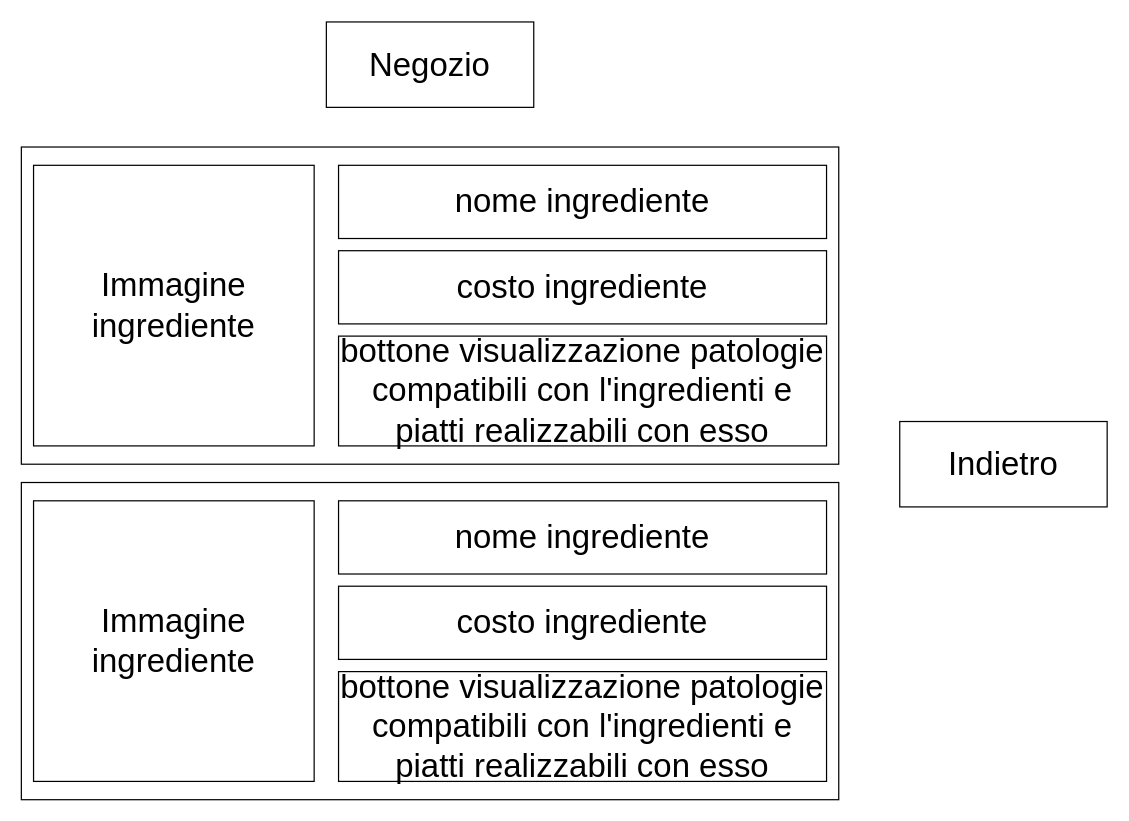
Above: doc/Progetti Drawio/InterazioneConNegozio.drawio in zSavT/Healthy-Catering (draw.io), before the change. Source tidied: cells renumbered, new cells numbered last; positions are measured from the earlier drawing's top-left corner, leaving out a move shared by most shapes. Both pictures are drawn from the tidied source at 122%, with x=0, y=0 at pixel (21, 21).
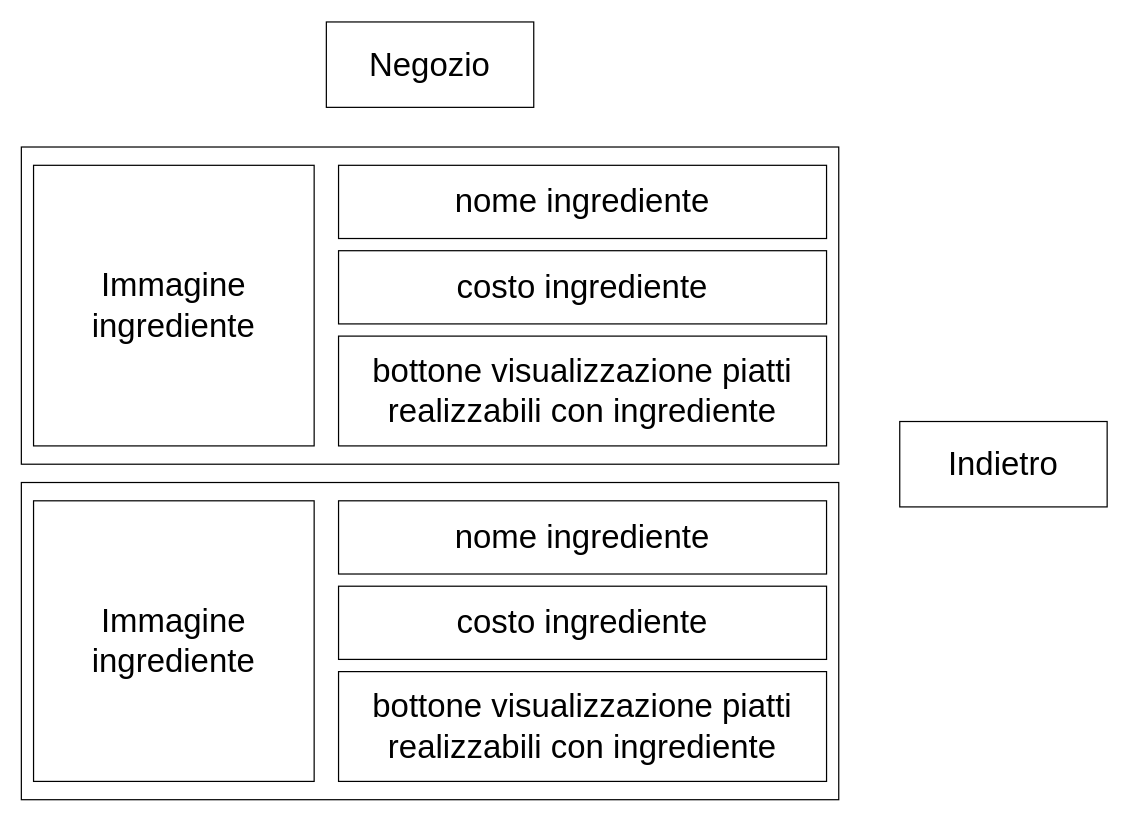
The same diagram, later.

Commit message (it also covers changes not shown here):
rimossi tutti i riferimenti alla visualizzazione delle patologie compatibili nel negozio

Change to the diagram source:
```diff
@@
 <mxGraphModel>
   <root>
     <mxCell id="0" />
     <mxCell id="1" parent="0" />
     <mxCell id="2" value="Negozio" style="rounded=0;whiteSpace=wrap;html=1;fontSize=27;" parent="1" vertex="1">
       <mxGeometry x="250" y="0.5" width="170" height="70" as="geometry" />
     </mxCell>
     <mxCell id="3" style="whiteSpace=wrap;html=1;" parent="1" vertex="1">
       <mxGeometry y="103" width="670" height="260" as="geometry" />
     </mxCell>
     <mxCell id="4" value="costo ingrediente" style="rounded=0;whiteSpace=wrap;html=1;fontSize=27;" parent="1" vertex="1">
       <mxGeometry x="260" y="188" width="400" height="60" as="geometry" />
     </mxCell>
-    <mxCell id="5" value="bottone visualizzazione patologie compatibili con l'ingredienti e piatti realizzabili con esso" style="rounded=0;whiteSpace=wrap;html=1;fontSize=27;" parent="1" vertex="1">
+    <mxCell id="5" value="bottone visualizzazione piatti realizzabili con ingrediente" style="rounded=0;whiteSpace=wrap;html=1;fontSize=27;" parent="1" vertex="1">
       <mxGeometry x="260" y="258" width="400" height="90" as="geometry" />
     </mxCell>
     <mxCell id="6" value="Immagine ingrediente" style="rounded=0;whiteSpace=wrap;html=1;fontSize=27;" parent="1" vertex="1">
       <mxGeometry x="10" y="118" width="230" height="230" as="geometry" />
     </mxCell>
     <mxCell id="7" value="nome ingrediente" style="rounded=0;whiteSpace=wrap;html=1;fontSize=27;" parent="1" vertex="1">
       <mxGeometry x="260" y="118" width="400" height="60" as="geometry" />
     </mxCell>
     <mxCell id="8" style="whiteSpace=wrap;html=1;" parent="1" vertex="1">
       <mxGeometry y="378" width="670" height="260" as="geometry" />
     </mxCell>
     <mxCell id="9" value="costo ingrediente" style="rounded=0;whiteSpace=wrap;html=1;fontSize=27;" parent="1" vertex="1">
       <mxGeometry x="260" y="463" width="400" height="60" as="geometry" />
     </mxCell>
-    <mxCell id="10" value="bottone visualizzazione patologie compatibili con l'ingredienti e piatti realizzabili con esso" style="rounded=0;whiteSpace=wrap;html=1;fontSize=27;" parent="1" vertex="1">
+    <mxCell id="10" value="bottone visualizzazione piatti realizzabili con ingrediente" style="rounded=0;whiteSpace=wrap;html=1;fontSize=27;" parent="1" vertex="1">
       <mxGeometry x="260" y="533" width="400" height="90" as="geometry" />
     </mxCell>
     <mxCell id="11" value="Immagine ingrediente" style="rounded=0;whiteSpace=wrap;html=1;fontSize=27;" parent="1" vertex="1">
       <mxGeometry x="10" y="393" width="230" height="230" as="geometry" />
     </mxCell>
     <mxCell id="12" value="nome ingrediente" style="rounded=0;whiteSpace=wrap;html=1;fontSize=27;" parent="1" vertex="1">
       <mxGeometry x="260" y="393" width="400" height="60" as="geometry" />
     </mxCell>
     <mxCell id="13" value="Indietro" style="rounded=0;whiteSpace=wrap;html=1;fontSize=27;" parent="1" vertex="1">
       <mxGeometry x="720" y="328" width="170" height="70" as="geometry" />
     </mxCell>
   </root>
 </mxGraphModel>
```
